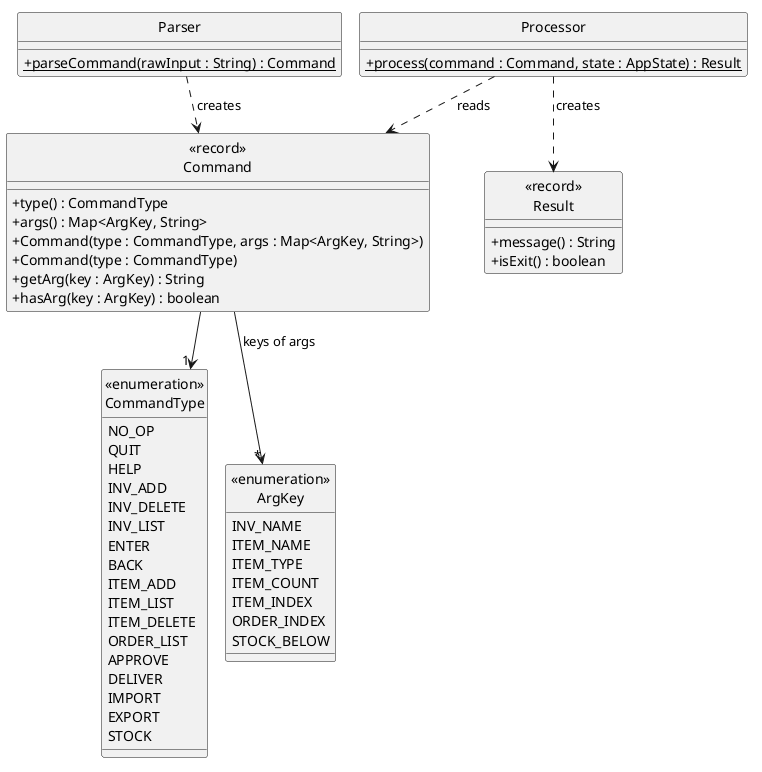
Before: docs/images/CommandClassDiagram.png, a diagram exported from PlantUML (AY2627S1-CS2113-W14-4/tp).
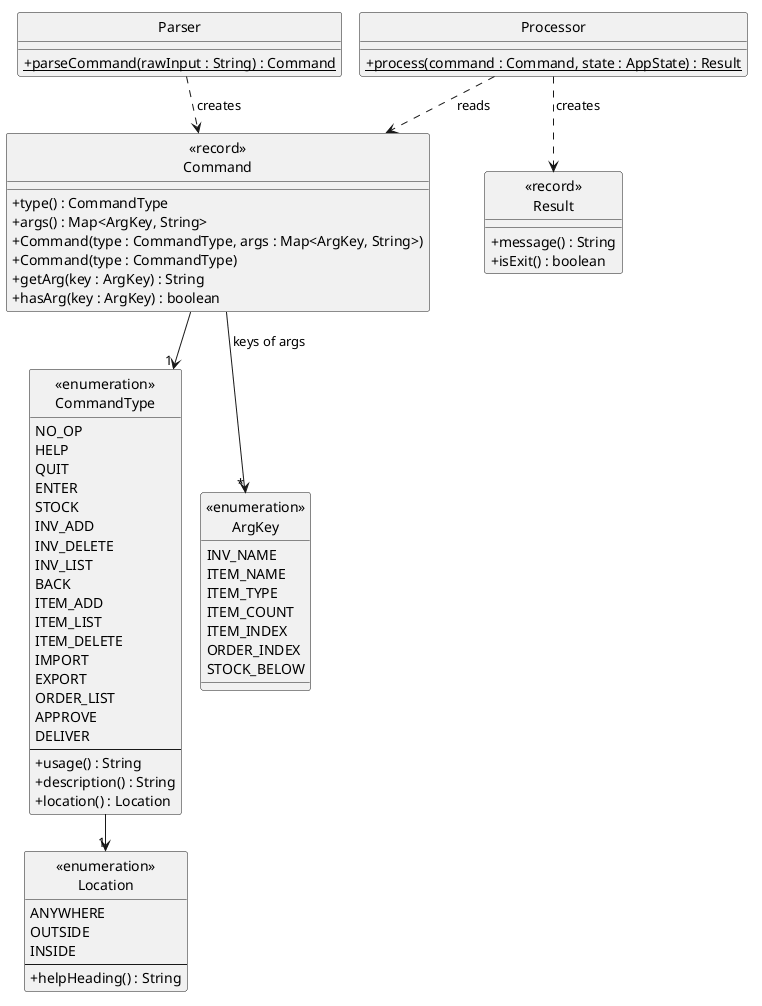
The same diagram one commit later.

Commit message:
Move usage, help text and location rules onto CommandType

Diff of the diagram source:
```diff
@@ -14,22 +14,34 @@
 
 enum "<<enumeration>>\nCommandType" as CommandType {
     NO_OP
+    HELP
     QUIT
-    HELP
+    ENTER
+    STOCK
     INV_ADD
     INV_DELETE
     INV_LIST
-    ENTER
     BACK
     ITEM_ADD
     ITEM_LIST
     ITEM_DELETE
+    IMPORT
+    EXPORT
     ORDER_LIST
     APPROVE
     DELIVER
-    IMPORT
-    EXPORT
-    STOCK
+    --
+    + usage() : String
+    + description() : String
+    + location() : Location
+}
+
+enum "<<enumeration>>\nLocation" as Location {
+    ANYWHERE
+    OUTSIDE
+    INSIDE
+    --
+    + helpHeading() : String
 }
 
 enum "<<enumeration>>\nArgKey" as ArgKey {
@@ -56,6 +68,7 @@
 }
 
 Command --> "1" CommandType
+CommandType --> "1" Location
 Command --> "*" ArgKey : keys of args
 Parser ..> Command : creates
 Processor ..> Command : reads
```
